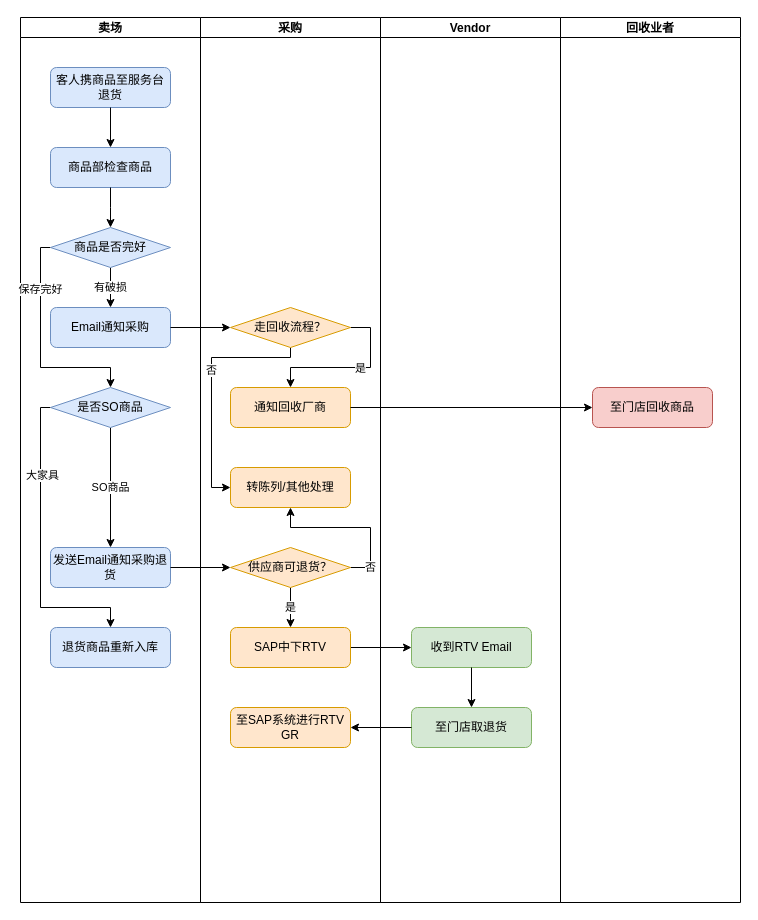
This is page "SO退货业务流程-ASIS" (4 of 7) of Special Order.drawio from luss613/draw.io, a draw.io file, before an edit. Source tidied: cells renumbered, new cells numbered last; positions are measured from the earlier drawing's top-left corner, leaving out a move shared by most shapes. Both pictures are drawn from the tidied source at 100%, with x=0, y=0 at pixel (20, 17).
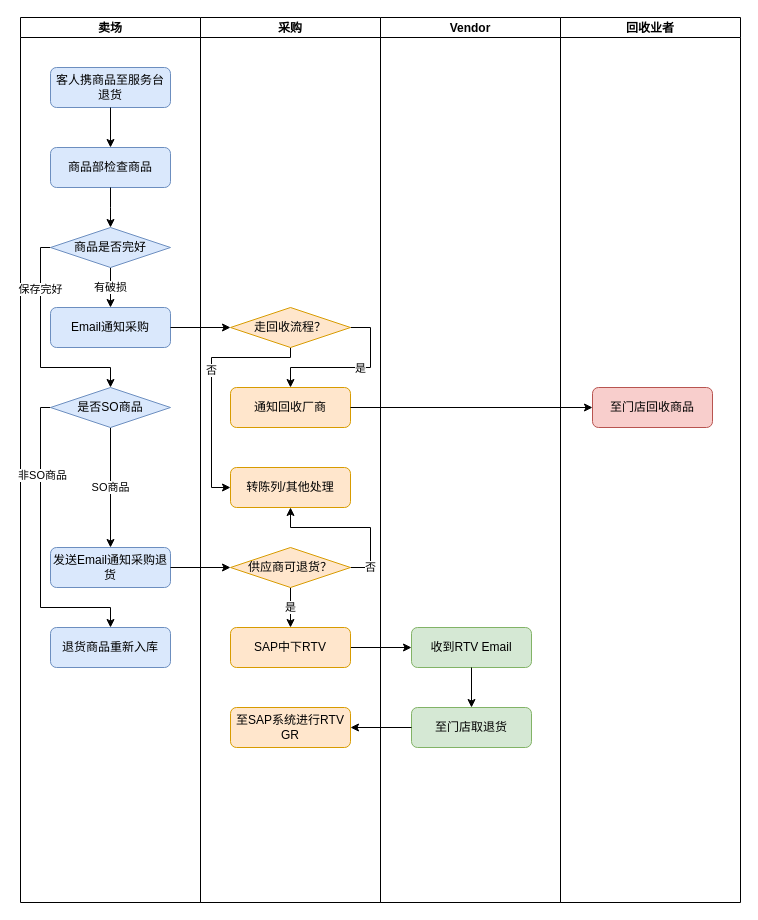
After the change.

Unchanged cells that the change refers to:
```xml
<mxCell id="10" style="edgeStyle=orthogonalEdgeStyle;rounded=0;jettySize=auto;html=1;entryX=0.5;entryY=0;entryDx=0;entryDy=0;" parent="3" edge="1" source="12" target="18">
  <mxGeometry relative="1" as="geometry">
    <Array as="points">
      <mxPoint x="20" y="390" />
      <mxPoint x="20" y="590" />
      <mxPoint x="90" y="590" />
    </Array>
  </mxGeometry>
</mxCell>
```

Change to the diagram source:
```diff
@@
-    <mxCell id="11" value="大家具" style="edgeLabel;html=1;align=center;verticalAlign=middle;" parent="10" vertex="1">
+    <mxCell id="11" value="非SO商品" style="edgeLabel;html=1;align=center;verticalAlign=middle;" parent="10" vertex="1">
       <mxGeometry x="-0.49" y="1" relative="1" as="geometry" />
     </mxCell>
```
